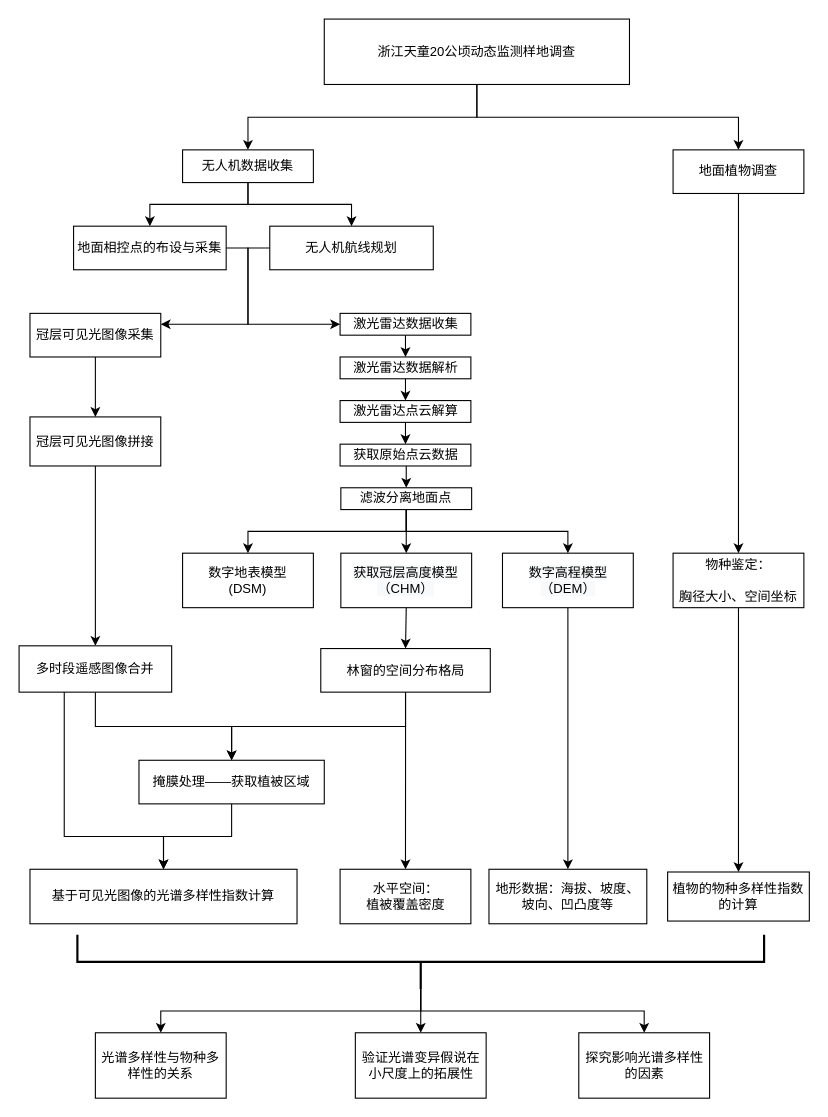
Earlier version of the draw.io diagram page "Page-2" (2 of 2) of Untitled Diagram.drawio (sy5938/diagrams_save). Source tidied: cells renumbered, new cells numbered last; positions are measured from the earlier drawing's top-left corner, leaving out a move shared by most shapes. Both pictures are drawn from the tidied source at 109%, with x=0, y=0 at pixel (19, 19).
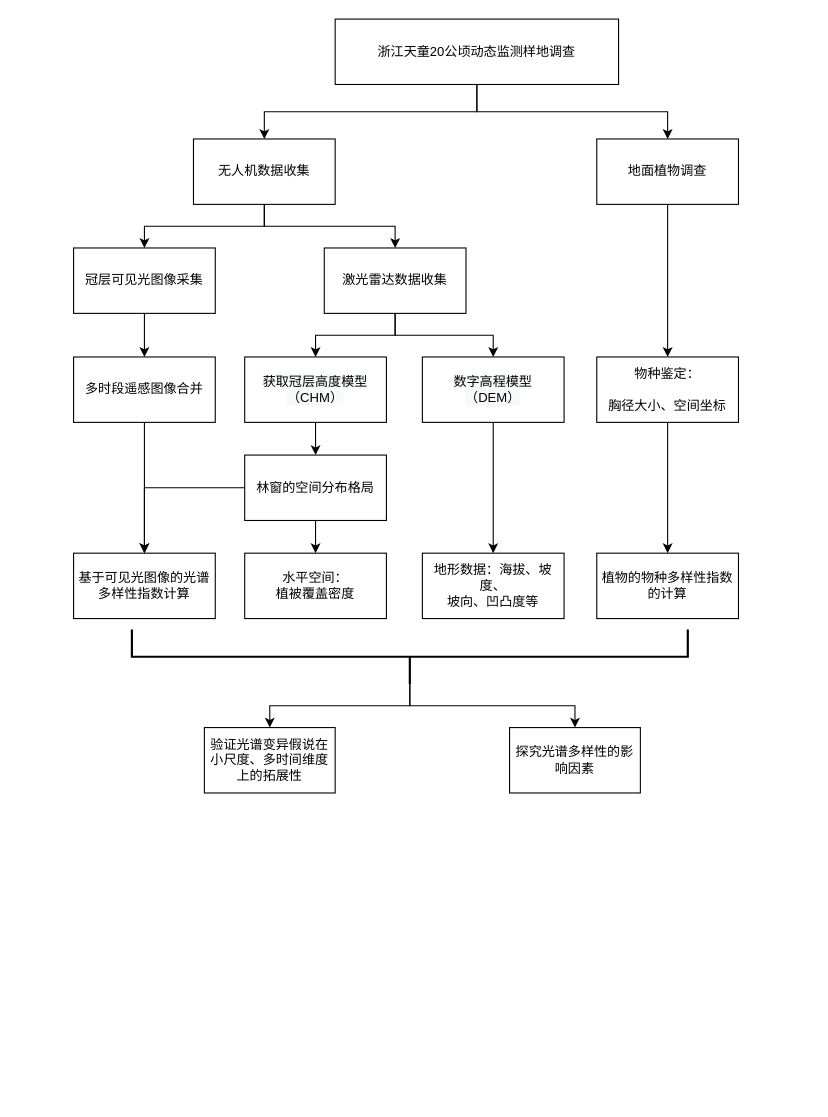
The same page after the edit.

Diff of the diagram source:
```diff
@@
-    <mxCell id="2" style="edgeStyle=orthogonalEdgeStyle;rounded=0;jettySize=auto;html=1;exitX=0.5;exitY=1;exitDx=0;exitDy=0;fontFamily=宋体;" parent="1" edge="1" source="51" target="5">
-      <mxGeometry relative="1" as="geometry" />
-    </mxCell>
@@
-    <mxCell id="4" style="edgeStyle=orthogonalEdgeStyle;rounded=0;jettySize=auto;html=1;fontFamily=宋体;" parent="1" edge="1" source="5" target="36">
+    <mxCell id="4" style="edgeStyle=orthogonalEdgeStyle;rounded=0;jettySize=auto;html=1;exitX=0.5;exitY=1;exitDx=0;exitDy=0;entryX=0.5;entryY=0;entryDx=0;entryDy=0;" parent="1" edge="1" source="5" target="36">
       <mxGeometry relative="1" as="geometry" />
     </mxCell>
     <mxCell id="5" value="地面植物调查" style="whiteSpace=wrap;html=1;rounded=0;fontFamily=宋体;" parent="1" vertex="1">
-      <mxGeometry x="600" y="120" width="120" height="40" as="geometry" />
+      <mxGeometry x="530" y="110" width="130" height="60" as="geometry" />
     </mxCell>
-    <mxCell id="6" style="edgeStyle=orthogonalEdgeStyle;rounded=0;jettySize=auto;html=1;entryX=0.5;entryY=0;entryDx=0;entryDy=0;exitX=0.5;exitY=1;exitDx=0;exitDy=0;fontFamily=宋体;" parent="1" edge="1" source="8" target="12">
-      <mxGeometry relative="1" as="geometry">
-        <Array as="points">
-          <mxPoint x="210" y="170" />
-          <mxPoint x="305" y="170" />
-        </Array>
-      </mxGeometry>
-    </mxCell>
-    <mxCell id="7" style="edgeStyle=orthogonalEdgeStyle;rounded=0;jettySize=auto;html=1;exitX=0.5;exitY=1;exitDx=0;exitDy=0;entryX=0.5;entryY=0;entryDx=0;entryDy=0;fontFamily=宋体;" parent="1" edge="1" source="8" target="10">
-      <mxGeometry relative="1" as="geometry" />
-    </mxCell>
+    <mxCell id="59" style="edgeStyle=orthogonalEdgeStyle;rounded=0;jettySize=auto;html=1;exitX=0.5;exitY=1;exitDx=0;exitDy=0;entryX=0.5;entryY=0;entryDx=0;entryDy=0;" parent="1" edge="1" source="8" target="14">
+      <mxGeometry relative="1" as="geometry" />
+    </mxCell>
+    <mxCell id="60" style="edgeStyle=orthogonalEdgeStyle;rounded=0;jettySize=auto;html=1;exitX=0.5;exitY=1;exitDx=0;exitDy=0;entryX=0.5;entryY=0;entryDx=0;entryDy=0;" parent="1" edge="1" source="8" target="16">
+      <mxGeometry relative="1" as="geometry" />
+    </mxCell>
     <mxCell id="8" value="无人机数据收集" style="rounded=0;whiteSpace=wrap;html=1;fontFamily=宋体;" parent="1" vertex="1">
-      <mxGeometry x="150" y="120" width="120" height="30" as="geometry" />
+      <mxGeometry x="160" y="110" width="130" height="60" as="geometry" />
     </mxCell>
-    <mxCell id="9" style="edgeStyle=elbowEdgeStyle;rounded=0;jettySize=auto;elbow=vertical;html=1;exitX=1;exitY=0.5;exitDx=0;exitDy=0;fontFamily=宋体;" parent="1" edge="1" source="10" target="14">
-      <mxGeometry relative="1" as="geometry">
-        <Array as="points">
-          <mxPoint x="210" y="280" />
-          <mxPoint x="190" y="310" />
-          <mxPoint x="210" y="240" />
-          <mxPoint x="200" y="250" />
-          <mxPoint x="210" y="240" />
-          <mxPoint x="210" y="280" />
-          <mxPoint x="220" y="270" />
-        </Array>
-      </mxGeometry>
-    </mxCell>
-    <mxCell id="10" value="地面相控点的布设与采集" style="rounded=0;whiteSpace=wrap;html=1;fontFamily=宋体;" parent="1" vertex="1">
-      <mxGeometry x="50" y="190" width="140" height="40" as="geometry" />
-    </mxCell>
-    <mxCell id="11" style="edgeStyle=elbowEdgeStyle;rounded=0;jettySize=auto;elbow=vertical;html=1;entryX=0;entryY=0.5;entryDx=0;entryDy=0;exitX=0;exitY=0.5;exitDx=0;exitDy=0;fontFamily=宋体;" parent="1" edge="1" source="12" target="16">
-      <mxGeometry relative="1" as="geometry">
-        <Array as="points">
-          <mxPoint x="210" y="250" />
-          <mxPoint x="210" y="260" />
-          <mxPoint x="220" y="260" />
-          <mxPoint x="250" y="310" />
-          <mxPoint x="240" y="290" />
-          <mxPoint x="210" y="250" />
-          <mxPoint x="210" y="230" />
-          <mxPoint x="210" y="270" />
-        </Array>
-      </mxGeometry>
-    </mxCell>
-    <mxCell id="12" value="无人机航线规划" style="rounded=0;whiteSpace=wrap;html=1;fontFamily=宋体;" parent="1" vertex="1">
-      <mxGeometry x="230" y="190" width="150" height="40" as="geometry" />
-    </mxCell>
-    <mxCell id="13" style="edgeStyle=orthogonalEdgeStyle;rounded=0;jettySize=auto;html=1;fontFamily=宋体;" parent="1" edge="1" source="14" target="40">
-      <mxGeometry relative="1" as="geometry" />
-    </mxCell>
+    <mxCell id="61" style="edgeStyle=orthogonalEdgeStyle;rounded=0;jettySize=auto;html=1;exitX=0.5;exitY=1;exitDx=0;exitDy=0;entryX=0.5;entryY=0;entryDx=0;entryDy=0;" parent="1" edge="1" source="14" target="43">
+      <mxGeometry relative="1" as="geometry" />
+    </mxCell>
     <mxCell id="14" value="冠层可见光图像采集" style="rounded=0;whiteSpace=wrap;html=1;shadow=0;fontFamily=宋体;" parent="1" vertex="1">
-      <mxGeometry x="10" y="270" width="120" height="40" as="geometry" />
+      <mxGeometry x="50" y="210" width="130" height="60" as="geometry" />
     </mxCell>
-    <mxCell id="15" style="edgeStyle=orthogonalEdgeStyle;rounded=0;jettySize=auto;html=1;entryX=0.5;entryY=0;entryDx=0;entryDy=0;exitX=0.5;exitY=1;exitDx=0;exitDy=0;fontFamily=宋体;" parent="1" edge="1" source="16" target="18">
-      <mxGeometry relative="1" as="geometry" />
-    </mxCell>
+    <mxCell id="62" style="edgeStyle=orthogonalEdgeStyle;rounded=0;jettySize=auto;html=1;exitX=0.5;exitY=1;exitDx=0;exitDy=0;entryX=0.5;entryY=0;entryDx=0;entryDy=0;" parent="1" edge="1" source="16" target="31">
+      <mxGeometry relative="1" as="geometry" />
+    </mxCell>
+    <mxCell id="63" style="edgeStyle=orthogonalEdgeStyle;rounded=0;jettySize=auto;html=1;exitX=0.5;exitY=1;exitDx=0;exitDy=0;entryX=0.5;entryY=0;entryDx=0;entryDy=0;" parent="1" edge="1" source="16" target="22">
+      <mxGeometry relative="1" as="geometry" />
+    </mxCell>
     <mxCell id="16" value="激光雷达数据收集" style="rounded=0;whiteSpace=wrap;html=1;shadow=0;fontFamily=宋体;" parent="1" vertex="1">
-      <mxGeometry x="294.5" y="270" width="120" height="20" as="geometry" />
+      <mxGeometry x="280" y="210" width="130" height="60" as="geometry" />
     </mxCell>
-    <mxCell id="17" style="edgeStyle=orthogonalEdgeStyle;rounded=0;jettySize=auto;html=1;exitX=0.5;exitY=1;exitDx=0;exitDy=0;entryX=0.5;entryY=0;entryDx=0;entryDy=0;fontFamily=宋体;" parent="1" edge="1" source="18" target="20">
-      <mxGeometry relative="1" as="geometry" />
-    </mxCell>
-    <mxCell id="18" value="激光雷达数据解析" style="rounded=0;whiteSpace=wrap;html=1;shadow=0;fontFamily=宋体;" parent="1" vertex="1">
-      <mxGeometry x="294.5" y="310" width="120" height="20" as="geometry" />
-    </mxCell>
-    <mxCell id="19" style="edgeStyle=orthogonalEdgeStyle;rounded=0;jettySize=auto;html=1;entryX=0.5;entryY=0;entryDx=0;entryDy=0;exitX=0.5;exitY=1;exitDx=0;exitDy=0;fontFamily=宋体;" parent="1" edge="1" source="20" target="24">
-      <mxGeometry relative="1" as="geometry">
-        <Array as="points">
-          <mxPoint x="355.2" y="380" />
-          <mxPoint x="355.2" y="380" />
-        </Array>
-      </mxGeometry>
-    </mxCell>
-    <mxCell id="20" value="激光雷达点云解算" style="rounded=0;whiteSpace=wrap;html=1;shadow=0;fontFamily=宋体;" parent="1" vertex="1">
-      <mxGeometry x="294.5" y="350" width="120" height="20" as="geometry" />
-    </mxCell>
@@
     <mxCell id="22" value="&#10;&#10;&lt;span style=&quot;color: rgb(0, 0, 0); font-family: helvetica; font-size: 12px; font-style: normal; font-weight: 400; letter-spacing: normal; text-align: center; text-indent: 0px; text-transform: none; word-spacing: 0px; background-color: rgb(248, 249, 250); display: inline; float: none;&quot;&gt;数字高程模型&lt;/span&gt;&lt;br style=&quot;color: rgb(0, 0, 0); font-family: helvetica; font-size: 12px; font-style: normal; font-weight: 400; letter-spacing: normal; text-align: center; text-indent: 0px; text-transform: none; word-spacing: 0px; background-color: rgb(248, 249, 250);&quot;&gt;&lt;span style=&quot;color: rgb(0, 0, 0); font-family: helvetica; font-size: 12px; font-style: normal; font-weight: 400; letter-spacing: normal; text-align: center; text-indent: 0px; text-transform: none; word-spacing: 0px; background-color: rgb(248, 249, 250); display: inline; float: none;&quot;&gt;（DEM）&lt;/span&gt;&#10;&#10;" style="rounded=0;whiteSpace=wrap;html=1;shadow=0;fontFamily=宋体;" parent="1" vertex="1">
-      <mxGeometry x="443.5" y="490" width="120" height="50" as="geometry" />
+      <mxGeometry x="370" y="310" width="130" height="60" as="geometry" />
     </mxCell>
-    <mxCell id="23" style="edgeStyle=orthogonalEdgeStyle;rounded=0;jettySize=auto;html=1;entryX=0.5;entryY=0;entryDx=0;entryDy=0;fontFamily=宋体;" parent="1" edge="1" target="28">
-      <mxGeometry relative="1" as="geometry">
-        <mxPoint x="355.2" y="410" as="sourcePoint" />
-      </mxGeometry>
-    </mxCell>
-    <mxCell id="24" value="获取原始点云数据" style="rounded=0;whiteSpace=wrap;html=1;shadow=0;fontFamily=宋体;" parent="1" vertex="1">
-      <mxGeometry x="294.5" y="390" width="120" height="20" as="geometry" />
-    </mxCell>
-    <mxCell id="25" style="edgeStyle=orthogonalEdgeStyle;rounded=0;jettySize=auto;html=1;exitX=0.5;exitY=1;exitDx=0;exitDy=0;entryX=0.5;entryY=0;entryDx=0;entryDy=0;fontFamily=宋体;" parent="1" edge="1" source="28" target="31">
-      <mxGeometry relative="1" as="geometry" />
-    </mxCell>
-    <mxCell id="26" style="edgeStyle=orthogonalEdgeStyle;rounded=0;jettySize=auto;html=1;exitX=0.5;exitY=1;exitDx=0;exitDy=0;entryX=0.5;entryY=0;entryDx=0;entryDy=0;fontFamily=宋体;" parent="1" edge="1" source="28" target="29">
-      <mxGeometry relative="1" as="geometry" />
-    </mxCell>
-    <mxCell id="27" style="edgeStyle=orthogonalEdgeStyle;rounded=0;jettySize=auto;html=1;exitX=0.5;exitY=1;exitDx=0;exitDy=0;entryX=0.5;entryY=0;entryDx=0;entryDy=0;fontFamily=宋体;" parent="1" edge="1" source="28" target="22">
-      <mxGeometry relative="1" as="geometry" />
-    </mxCell>
-    <mxCell id="28" value="滤波分离地面点" style="rounded=0;whiteSpace=wrap;html=1;shadow=0;strokeWidth=1;fontFamily=宋体;" parent="1" vertex="1">
-      <mxGeometry x="295.2" y="430" width="120" height="20" as="geometry" />
-    </mxCell>
-    <mxCell id="29" value="数字地表模型&lt;br&gt;(DSM)" style="rounded=0;whiteSpace=wrap;html=1;shadow=0;fontFamily=宋体;" parent="1" vertex="1">
-      <mxGeometry x="150" y="490" width="120" height="50" as="geometry" />
-    </mxCell>
@@
     <mxCell id="31" value="&#10;&#10;&lt;span style=&quot;color: rgb(0, 0, 0); font-family: helvetica; font-size: 12px; font-style: normal; font-weight: 400; letter-spacing: normal; text-align: center; text-indent: 0px; text-transform: none; word-spacing: 0px; background-color: rgb(248, 249, 250); display: inline; float: none;&quot;&gt;获取冠层高度模型（CHM）&lt;/span&gt;&#10;&#10;" style="rounded=0;whiteSpace=wrap;html=1;shadow=0;fontFamily=宋体;" parent="1" vertex="1">
-      <mxGeometry x="295.2" y="490" width="120" height="50" as="geometry" />
+      <mxGeometry x="207" y="310" width="130" height="60" as="geometry" />
     </mxCell>
-    <mxCell id="32" style="edgeStyle=elbowEdgeStyle;rounded=0;jettySize=auto;elbow=vertical;html=1;entryX=0.5;entryY=0;entryDx=0;entryDy=0;fontFamily=宋体;" parent="1" edge="1" source="34" target="47">
-      <mxGeometry relative="1" as="geometry" />
-    </mxCell>
@@
+    <mxCell id="64" style="edgeStyle=orthogonalEdgeStyle;rounded=0;jettySize=auto;html=1;exitX=0;exitY=0.5;exitDx=0;exitDy=0;entryX=0.5;entryY=0;entryDx=0;entryDy=0;" parent="1" edge="1" source="34" target="48">
+      <mxGeometry relative="1" as="geometry" />
+    </mxCell>
     <mxCell id="34" value="林窗的空间分布格局" style="whiteSpace=wrap;html=1;rounded=0;shadow=0;fontFamily=宋体;" parent="1" vertex="1">
-      <mxGeometry x="276.8" y="577.5" width="155.5" height="40" as="geometry" />
+      <mxGeometry x="207" y="400" width="130" height="60" as="geometry" />
     </mxCell>
@@
     <mxCell id="36" value="物种鉴定：&lt;br&gt;&lt;br&gt;胸径大小、空间坐标" style="whiteSpace=wrap;html=1;rounded=0;fontFamily=宋体;" parent="1" vertex="1">
-      <mxGeometry x="600" y="490" width="120" height="50" as="geometry" />
+      <mxGeometry x="530" y="310" width="130" height="60" as="geometry" />
     </mxCell>
-    <mxCell id="37" style="edgeStyle=orthogonalEdgeStyle;rounded=0;orthogonalLoop=1;jettySize=auto;html=1;exitX=0.5;exitY=1;exitDx=0;exitDy=0;fontFamily=宋体;" parent="1" edge="1" source="5" target="5">
-      <mxGeometry relative="1" as="geometry" />
+    <mxCell id="37" style="edgeStyle=orthogonalEdgeStyle;rounded=0;orthogonalLoop=1;jettySize=auto;html=1;exitX=0.5;exitY=1;exitDx=0;exitDy=0;fontFamily=宋体;" parent="1" edge="1">
+      <mxGeometry relative="1" as="geometry">
+        <mxPoint x="590" y="160" as="sourcePoint" />
+        <mxPoint x="590" y="160" as="targetPoint" />
+      </mxGeometry>
     </mxCell>
     <mxCell id="38" value="植物的物种多样性指数的计算" style="whiteSpace=wrap;html=1;rounded=0;fontFamily=宋体;" parent="1" vertex="1">
-      <mxGeometry x="595" y="782.5" width="130" height="45" as="geometry" />
+      <mxGeometry x="530" y="490" width="130" height="60" as="geometry" />
     </mxCell>
-    <mxCell id="39" style="edgeStyle=orthogonalEdgeStyle;rounded=0;jettySize=auto;html=1;fontFamily=宋体;" parent="1" edge="1" source="40" target="43">
-      <mxGeometry relative="1" as="geometry" />
-    </mxCell>
-    <mxCell id="40" value="冠层可见光图像拼接" style="rounded=0;whiteSpace=wrap;html=1;shadow=0;fontFamily=宋体;" parent="1" vertex="1">
-      <mxGeometry x="10" y="365" width="120" height="45" as="geometry" />
-    </mxCell>
-    <mxCell id="41" style="edgeStyle=elbowEdgeStyle;rounded=0;jettySize=auto;elbow=vertical;html=1;exitX=0.5;exitY=1;exitDx=0;exitDy=0;entryX=0.5;entryY=0;entryDx=0;entryDy=0;fontFamily=宋体;" parent="1" edge="1" source="43" target="47">
-      <mxGeometry relative="1" as="geometry" />
-    </mxCell>
-    <mxCell id="42" style="edgeStyle=elbowEdgeStyle;rounded=0;jettySize=auto;elbow=vertical;html=1;exitX=0.296;exitY=0.997;exitDx=0;exitDy=0;entryX=0.5;entryY=0;entryDx=0;entryDy=0;exitPerimeter=0;fontFamily=宋体;" parent="1" edge="1" source="43" target="48">
-      <mxGeometry relative="1" as="geometry">
-        <Array as="points">
-          <mxPoint x="120" y="750" />
-          <mxPoint x="50" y="760" />
-          <mxPoint x="40" y="660" />
-          <mxPoint x="100" y="750" />
-        </Array>
-      </mxGeometry>
+    <mxCell id="42" style="edgeStyle=orthogonalEdgeStyle;rounded=0;jettySize=auto;html=1;exitX=0.5;exitY=1;exitDx=0;exitDy=0;entryX=0.5;entryY=0;entryDx=0;entryDy=0;" parent="1" edge="1" source="43" target="48">
+      <mxGeometry relative="1" as="geometry" />
     </mxCell>
     <mxCell id="43" value="多时段遥感图像合并" style="rounded=0;whiteSpace=wrap;html=1;shadow=0;fontFamily=宋体;" parent="1" vertex="1">
-      <mxGeometry y="575" width="140" height="42.5" as="geometry" />
+      <mxGeometry x="50" y="310" width="130" height="60" as="geometry" />
     </mxCell>
-    <mxCell id="44" style="edgeStyle=orthogonalEdgeStyle;rounded=0;orthogonalLoop=1;jettySize=auto;html=1;exitX=0.5;exitY=1;exitDx=0;exitDy=0;fontFamily=宋体;" parent="1" edge="1" source="20" target="20">
-      <mxGeometry relative="1" as="geometry" />
-    </mxCell>
@@
-    <mxCell id="46" style="edgeStyle=elbowEdgeStyle;rounded=0;jettySize=auto;elbow=vertical;html=1;fontFamily=宋体;" parent="1" edge="1" source="47" target="48">
-      <mxGeometry relative="1" as="geometry" />
-    </mxCell>
-    <mxCell id="47" value="掩膜处理——获取植被区域" style="rounded=0;whiteSpace=wrap;html=1;shadow=0;strokeWidth=1;fontFamily=宋体;" parent="1" vertex="1">
-      <mxGeometry x="110" y="680" width="170" height="40" as="geometry" />
-    </mxCell>
     <mxCell id="48" value="基于可见光图像的光谱多样性指数计算" style="whiteSpace=wrap;html=1;rounded=0;shadow=0;strokeWidth=1;fontFamily=宋体;" parent="1" vertex="1">
-      <mxGeometry x="10" y="780" width="245" height="50" as="geometry" />
+      <mxGeometry x="50" y="490" width="130" height="60" as="geometry" />
     </mxCell>
     <mxCell id="49" value="地形数据：海拔、坡度、&lt;br&gt;坡向、凹凸度等" style="rounded=0;whiteSpace=wrap;html=1;shadow=0;fontFamily=宋体;" parent="1" vertex="1">
-      <mxGeometry x="431.1" y="780" width="144.8" height="50" as="geometry" />
+      <mxGeometry x="370" y="490" width="130" height="60" as="geometry" />
     </mxCell>
     <mxCell id="50" value="水平空间：&lt;br&gt;植被覆盖密度" style="rounded=0;whiteSpace=wrap;html=1;shadow=0;strokeWidth=1;fontFamily=宋体;" parent="1" vertex="1">
-      <mxGeometry x="294.5" y="780" width="120" height="50" as="geometry" />
+      <mxGeometry x="207" y="490" width="130" height="60" as="geometry" />
     </mxCell>
+    <mxCell id="2" style="edgeStyle=orthogonalEdgeStyle;rounded=0;jettySize=auto;html=1;exitX=0.5;exitY=1;exitDx=0;exitDy=0;entryX=0.5;entryY=0;entryDx=0;entryDy=0;" parent="1" edge="1" source="51" target="5">
+      <mxGeometry relative="1" as="geometry" />
+    </mxCell>
     <mxCell id="51" value="浙江天童20公顷动态监测样地调查" style="whiteSpace=wrap;html=1;rounded=0;fontFamily=宋体;" parent="1" vertex="1">
-      <mxGeometry x="280" width="280" height="60" as="geometry" />
+      <mxGeometry x="290" width="260" height="60" as="geometry" />
     </mxCell>
-    <mxCell id="52" style="edgeStyle=elbowEdgeStyle;rounded=0;jettySize=auto;elbow=vertical;html=1;exitX=0;exitY=0.5;exitDx=0;exitDy=0;exitPerimeter=0;fontFamily=宋体;" parent="1" edge="1" source="55" target="56">
-      <mxGeometry relative="1" as="geometry" />
-    </mxCell>
     <mxCell id="53" style="edgeStyle=elbowEdgeStyle;rounded=0;jettySize=auto;elbow=vertical;html=1;exitX=0;exitY=0.5;exitDx=0;exitDy=0;exitPerimeter=0;entryX=0.5;entryY=0;entryDx=0;entryDy=0;fontFamily=宋体;" parent="1" edge="1" source="55" target="57">
       <mxGeometry relative="1" as="geometry">
         <Array as="points">
-          <mxPoint x="380" y="910" />
+          <mxPoint x="370" y="630" />
         </Array>
       </mxGeometry>
     </mxCell>
@@
     <mxCell id="55" style="strokeWidth=2;html=1;shape=mxgraph.flowchart.annotation_2;align=left;labelPosition=right;shadow=0;rotation=-90;fontFamily=宋体;" parent="1" vertex="1">
-      <mxGeometry x="343.5" y="550" width="50" height="630" as="geometry" />
+      <mxGeometry x="333.5" y="330" width="50" height="510" as="geometry" />
     </mxCell>
-    <mxCell id="56" value="光谱多样性与物种多样性的关系" style="rounded=0;whiteSpace=wrap;html=1;shadow=0;strokeWidth=1;fontFamily=宋体;" parent="1" vertex="1">
-      <mxGeometry x="70" y="930" width="120" height="60" as="geometry" />
-    </mxCell>
-    <mxCell id="57" value="验证光谱变异假说在小尺度上的拓展性" style="rounded=0;whiteSpace=wrap;html=1;shadow=0;strokeWidth=1;fontFamily=宋体;" parent="1" vertex="1">
-      <mxGeometry x="308.5" y="930" width="120" height="60" as="geometry" />
+    <mxCell id="57" value="验证光谱变异假说在小尺度、多时间维度上的拓展性" style="rounded=0;whiteSpace=wrap;html=1;shadow=0;strokeWidth=1;fontFamily=宋体;" parent="1" vertex="1">
+      <mxGeometry x="170" y="650" width="120" height="60" as="geometry" />
     </mxCell>
-    <mxCell id="58" value="探究影响光谱多样性的因素" style="rounded=0;whiteSpace=wrap;html=1;shadow=0;strokeWidth=1;fontFamily=宋体;" parent="1" vertex="1">
-      <mxGeometry x="513.5" y="930" width="120" height="60" as="geometry" />
+    <mxCell id="58" value="探究光谱多样性的影响因素" style="rounded=0;whiteSpace=wrap;html=1;shadow=0;strokeWidth=1;fontFamily=宋体;" parent="1" vertex="1">
+      <mxGeometry x="450" y="650" width="120" height="60" as="geometry" />
     </mxCell>
```
